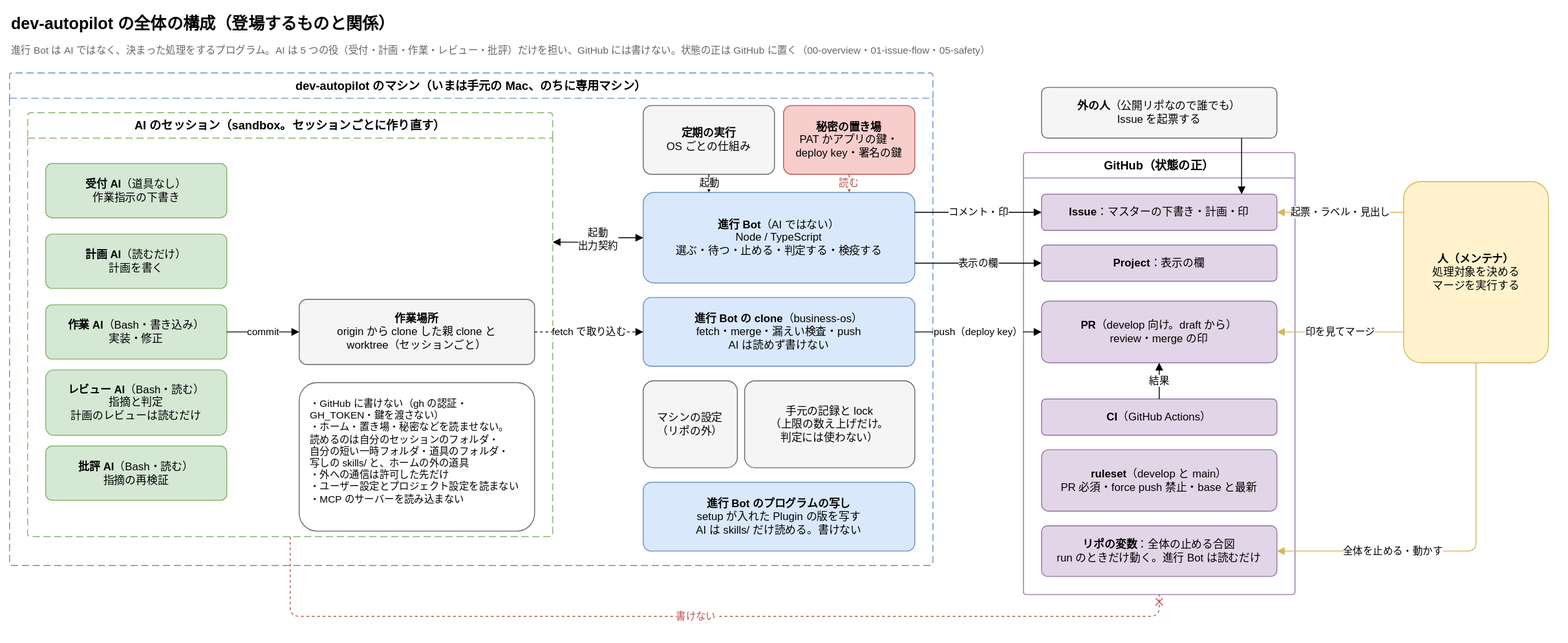
Before: docs/requirements/diagrams/overview.drawio.svg, a diagram exported from draw.io (Joymerrevent/dev-autopilot). Source tidied: cells renumbered, new cells last; positions are measured from the earlier drawing's top-left corner, leaving out a move shared by most shapes.
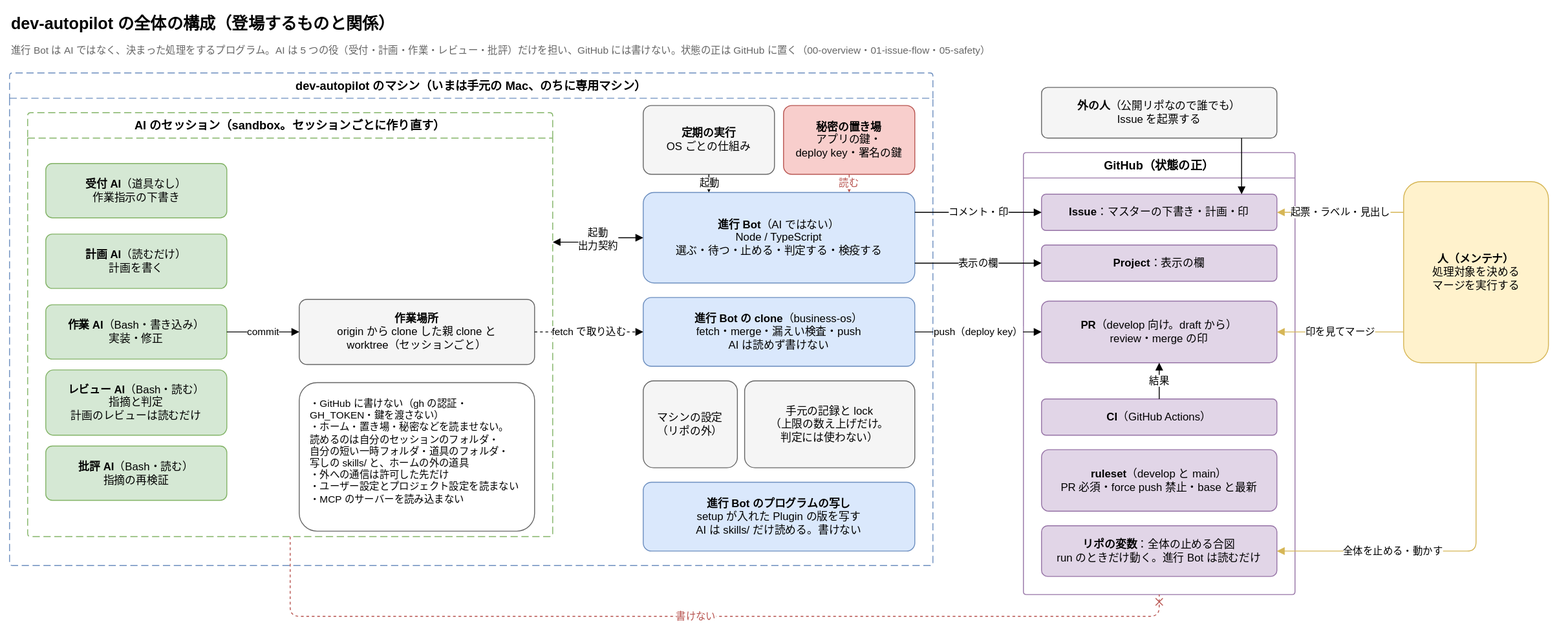
After the commit.

Change to the diagram source:
```diff
@@ -38,7 +38,7 @@
     <mxCell id="13" value="&lt;b&gt;定期の実行&lt;/b&gt;&lt;br&gt;OS ごとの仕組み" style="rounded=1;whiteSpace=wrap;html=1;fontSize=12;arcSize=12;fillColor=#f5f5f5;strokeColor=#666666;spacing=12;" parent="1" vertex="1">
       <mxGeometry x="700" y="106" width="145" height="76" as="geometry" />
     </mxCell>
-    <mxCell id="14" value="&lt;b&gt;秘密の置き場&lt;/b&gt;&lt;br&gt;PAT かアプリの鍵・&lt;br&gt;deploy key・署名の鍵" style="rounded=1;whiteSpace=wrap;html=1;fontSize=12;arcSize=12;fillColor=#f8cecc;strokeColor=#b85450;spacing=12;" parent="1" vertex="1">
+    <mxCell id="14" value="&lt;b&gt;秘密の置き場&lt;/b&gt;&lt;br&gt;アプリの鍵・&lt;br&gt;deploy key・署名の鍵" style="rounded=1;whiteSpace=wrap;html=1;fontSize=12;arcSize=12;fillColor=#f8cecc;strokeColor=#b85450;spacing=12;" parent="1" vertex="1">
       <mxGeometry x="855" y="106" width="145" height="76" as="geometry" />
     </mxCell>
     <mxCell id="15" value="&lt;b&gt;進行 Bot&lt;/b&gt;（AI ではない）&lt;br&gt;Node / TypeScript&lt;br&gt;選ぶ・待つ・止める・判定する・検疫する" style="rounded=1;whiteSpace=wrap;html=1;fontSize=12;arcSize=12;fillColor=#dae8fc;strokeColor=#6c8ebf;spacing=12;" parent="1" vertex="1">
```
